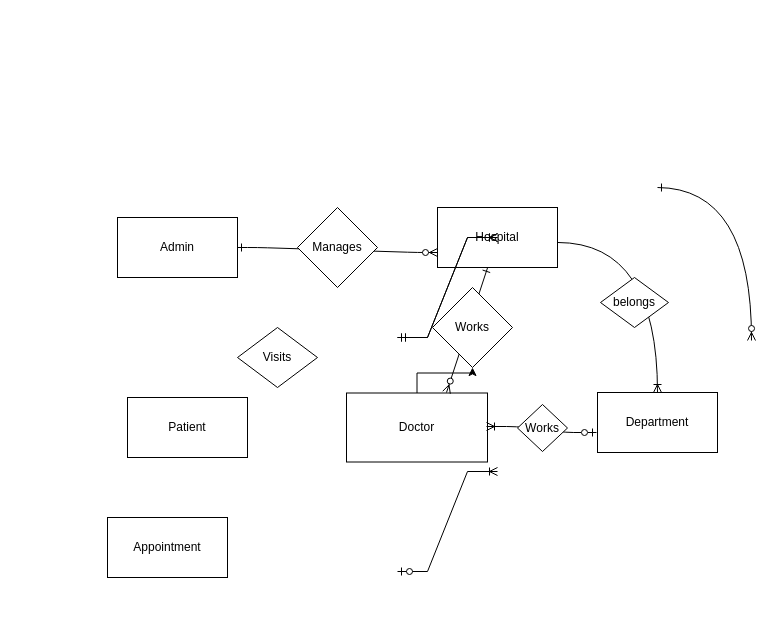
Before: Untitled Diagram.drawio in sumangopalani/firstrepo, a draw.io diagram. Source tidied: cells renumbered, new cells numbered last; positions are measured from the earlier drawing's top-left corner, leaving out a move shared by most shapes. Both pictures are drawn from the tidied source at 100%, with x=0, y=0 at pixel (107, 187).
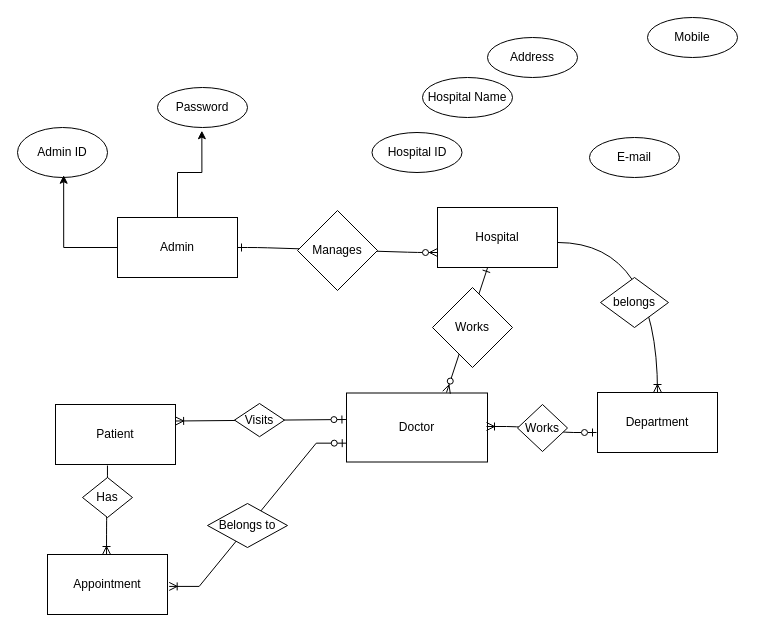
After the change.

The change refers to these unchanged cells:
```xml
<mxCell id="5" value="Admin" style="rounded=0;whiteSpace=wrap;html=1;" parent="1" vertex="1">
  <mxGeometry x="10" y="30" width="120" height="60" as="geometry" />
</mxCell>
<mxCell id="10" value="Doctor" style="rounded=0;whiteSpace=wrap;html=1;" parent="1" vertex="1">
  <mxGeometry x="239" y="205.5" width="141" height="69" as="geometry" />
</mxCell>
<mxCell id="17" value="Works" style="rhombus;whiteSpace=wrap;html=1;" parent="1" vertex="1">
  <mxGeometry x="325" y="100" width="80" height="80" as="geometry" />
</mxCell>
```

The edit, as a diff of the source:
```diff
@@
+    <mxCell id="22" style="edgeStyle=orthogonalEdgeStyle;fontSize=12;html=1;endArrow=ERoneToMany;rounded=0;curved=1;entryX=0.492;entryY=0;entryDx=0;entryDy=0;entryPerimeter=0;exitX=0.433;exitY=1.017;exitDx=0;exitDy=0;exitPerimeter=0;" parent="1" edge="1" source="8" target="11">
+      <mxGeometry relative="1" as="geometry" />
+    </mxCell>
@@
-    <mxCell id="3" style="endArrow=ERzeroToMany;startArrow=ERone;endFill=1;startFill=0;endSize=6;segment=20;targetPerimeterSpacing=20;anchorPointDirection=0;edgeStyle=orthogonalEdgeStyle;elbow=vertical;exitX=1.008;exitY=0.467;exitDx=0;exitDy=0;exitPerimeter=0;entryX=0.458;entryY=-0.067;entryDx=0;entryDy=0;entryPerimeter=0;curved=1;" parent="1" edge="1">
-      <mxGeometry relative="1" as="geometry">
-        <mxPoint x="550" as="sourcePoint" />
-        <mxPoint x="644" y="153" as="targetPoint" />
-      </mxGeometry>
-    </mxCell>
@@
     <mxCell id="7" value="Manages" style="rhombus;whiteSpace=wrap;html=1;" parent="1" vertex="1">
-      <mxGeometry x="190" y="20" width="80" height="80" as="geometry" />
+      <mxGeometry x="190" y="23" width="80" height="80" as="geometry" />
     </mxCell>
     <mxCell id="8" value="Patient" style="rounded=0;whiteSpace=wrap;html=1;" parent="1" vertex="1">
-      <mxGeometry x="20" y="210" width="120" height="60" as="geometry" />
+      <mxGeometry x="-52" y="217" width="120" height="60" as="geometry" />
     </mxCell>
-    <mxCell id="9" style="edgeStyle=orthogonalEdgeStyle;rounded=0;jettySize=auto;html=1;" parent="1" edge="1" source="10" target="17">
-      <mxGeometry relative="1" as="geometry" />
-    </mxCell>
@@
     <mxCell id="11" value="Appointment" style="rounded=0;whiteSpace=wrap;html=1;" parent="1" vertex="1">
-      <mxGeometry y="330" width="120" height="60" as="geometry" />
+      <mxGeometry x="-60" y="367" width="120" height="60" as="geometry" />
     </mxCell>
@@
-    <mxCell id="15" value="Visits" style="rhombus;whiteSpace=wrap;html=1;" parent="1" vertex="1">
-      <mxGeometry x="130" y="140" width="80" height="60" as="geometry" />
-    </mxCell>
@@
-    <mxCell id="19" style="edgeStyle=entityRelationEdgeStyle;fontSize=12;html=1;endArrow=ERoneToMany;startArrow=ERmandOne;rounded=0;" parent="1" edge="1">
-      <mxGeometry relative="1" as="geometry">
-        <mxPoint x="290" y="150" as="sourcePoint" />
-        <mxPoint x="390" y="50" as="targetPoint" />
-      </mxGeometry>
-    </mxCell>
-    <mxCell id="20" style="edgeStyle=entityRelationEdgeStyle;fontSize=12;html=1;endArrow=ERoneToMany;startArrow=ERmandOne;rounded=0;" parent="1" edge="1">
-      <mxGeometry relative="1" as="geometry">
-        <mxPoint x="290" y="150" as="sourcePoint" />
-        <mxPoint x="390" y="50" as="targetPoint" />
-      </mxGeometry>
-    </mxCell>
-    <mxCell id="21" style="edgeStyle=entityRelationEdgeStyle;fontSize=12;html=1;endArrow=ERoneToMany;startArrow=ERzeroToOne;rounded=0;" parent="1" edge="1">
-      <mxGeometry relative="1" as="geometry">
-        <mxPoint x="290" y="384" as="sourcePoint" />
-        <mxPoint x="390" y="284" as="targetPoint" />
-      </mxGeometry>
+    <mxCell id="21" style="edgeStyle=entityRelationEdgeStyle;fontSize=12;html=1;endArrow=ERoneToMany;startArrow=ERzeroToOne;rounded=0;entryX=1.014;entryY=0.532;entryDx=0;entryDy=0;entryPerimeter=0;exitX=-0.002;exitY=0.727;exitDx=0;exitDy=0;exitPerimeter=0;" parent="1" edge="1" source="10" target="11">
+      <mxGeometry relative="1" as="geometry" />
     </mxCell>
+    <mxCell id="23" value="Has" style="rhombus;whiteSpace=wrap;html=1;" parent="1" vertex="1">
+      <mxGeometry x="-25" y="290" width="50" height="40" as="geometry" />
+    </mxCell>
+    <mxCell id="24" style="fontSize=12;html=1;endArrow=ERoneToMany;startArrow=ERzeroToOne;rounded=0;exitX=-0.004;exitY=0.384;exitDx=0;exitDy=0;exitPerimeter=0;entryX=1.001;entryY=0.275;entryDx=0;entryDy=0;entryPerimeter=0;" parent="1" edge="1" source="10" target="8">
+      <mxGeometry relative="1" as="geometry" />
+    </mxCell>
+    <mxCell id="15" value="Visits" style="rhombus;whiteSpace=wrap;html=1;" parent="1" vertex="1">
+      <mxGeometry x="127" y="216" width="50" height="33.2" as="geometry" />
+    </mxCell>
+    <mxCell id="25" value="Belongs to" style="rhombus;whiteSpace=wrap;html=1;" parent="1" vertex="1">
+      <mxGeometry x="100" y="316" width="80" height="44" as="geometry" />
+    </mxCell>
+    <mxCell id="26" value="&lt;div&gt;Password&lt;/div&gt;" style="ellipse;whiteSpace=wrap;html=1;" parent="1" vertex="1">
+      <mxGeometry x="50" y="-100" width="90" height="40" as="geometry" />
+    </mxCell>
+    <mxCell id="27" value="Admin ID" style="ellipse;whiteSpace=wrap;html=1;" parent="1" vertex="1">
+      <mxGeometry x="-90" y="-60" width="90" height="50" as="geometry" />
+    </mxCell>
+    <mxCell id="28" style="edgeStyle=orthogonalEdgeStyle;rounded=0;jettySize=auto;html=1;entryX=0.513;entryY=0.955;entryDx=0;entryDy=0;entryPerimeter=0;" parent="1" edge="1" source="5" target="27">
+      <mxGeometry relative="1" as="geometry" />
+    </mxCell>
+    <mxCell id="29" style="edgeStyle=orthogonalEdgeStyle;rounded=0;jettySize=auto;html=1;entryX=0.493;entryY=1.08;entryDx=0;entryDy=0;entryPerimeter=0;" parent="1" edge="1" source="5" target="26">
+      <mxGeometry relative="1" as="geometry" />
+    </mxCell>
+    <mxCell id="30" value="Hospital ID" style="ellipse;whiteSpace=wrap;html=1;" parent="1" vertex="1">
+      <mxGeometry x="264.5" y="-55" width="90" height="40" as="geometry" />
+    </mxCell>
+    <mxCell id="31" value="Hospital Name" style="ellipse;whiteSpace=wrap;html=1;" parent="1" vertex="1">
+      <mxGeometry x="315" y="-110" width="90" height="40" as="geometry" />
+    </mxCell>
+    <mxCell id="32" value="Address" style="ellipse;whiteSpace=wrap;html=1;" parent="1" vertex="1">
+      <mxGeometry x="380" y="-150" width="90" height="40" as="geometry" />
+    </mxCell>
+    <mxCell id="33" value="E-mail" style="ellipse;whiteSpace=wrap;html=1;" parent="1" vertex="1">
+      <mxGeometry x="482" y="-50" width="90" height="40" as="geometry" />
+    </mxCell>
+    <mxCell id="34" value="Mobile" style="ellipse;whiteSpace=wrap;html=1;" parent="1" vertex="1">
+      <mxGeometry x="540" y="-170" width="90" height="40" as="geometry" />
+    </mxCell>
```
